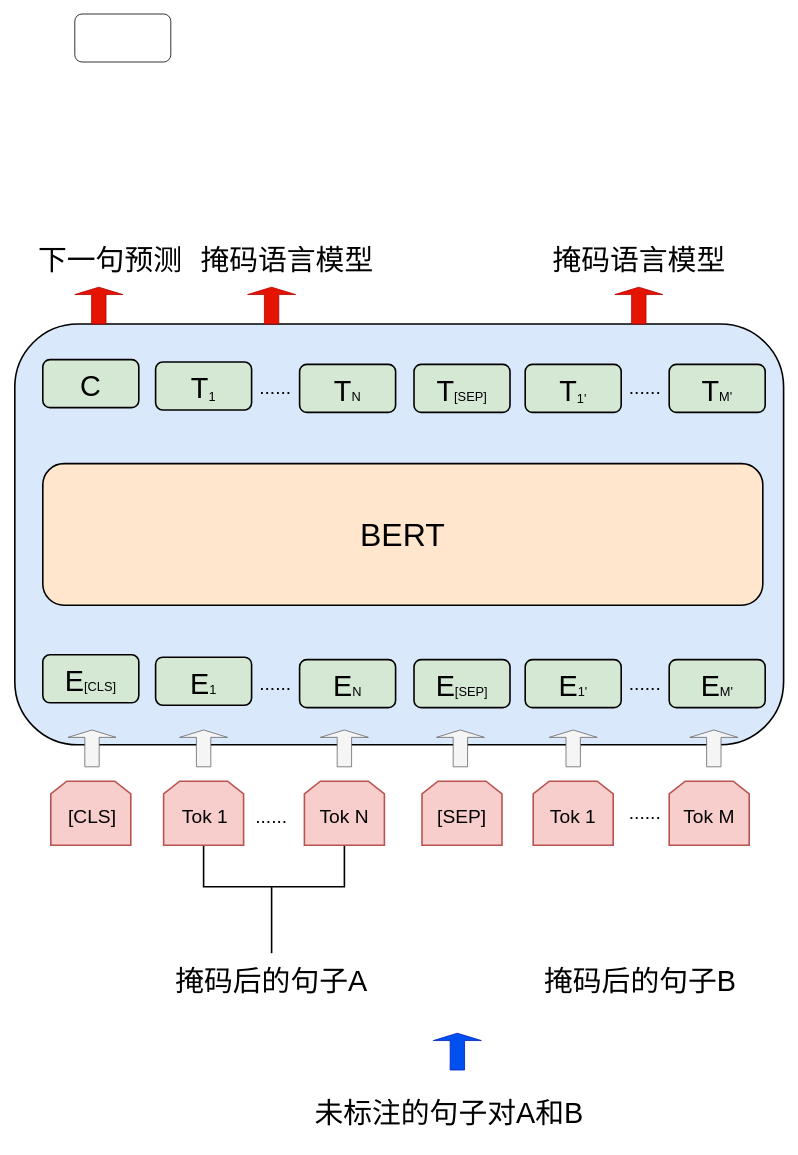
Above: bert.drawio in real-jiakai/draw (draw.io), before the change. Source tidied: cells renumbered, new cells numbered last; positions are measured from the earlier drawing's top-left corner, leaving out a move shared by most shapes. Both pictures are drawn from the tidied source at 80%, with x=0, y=0 at pixel (14, 14).
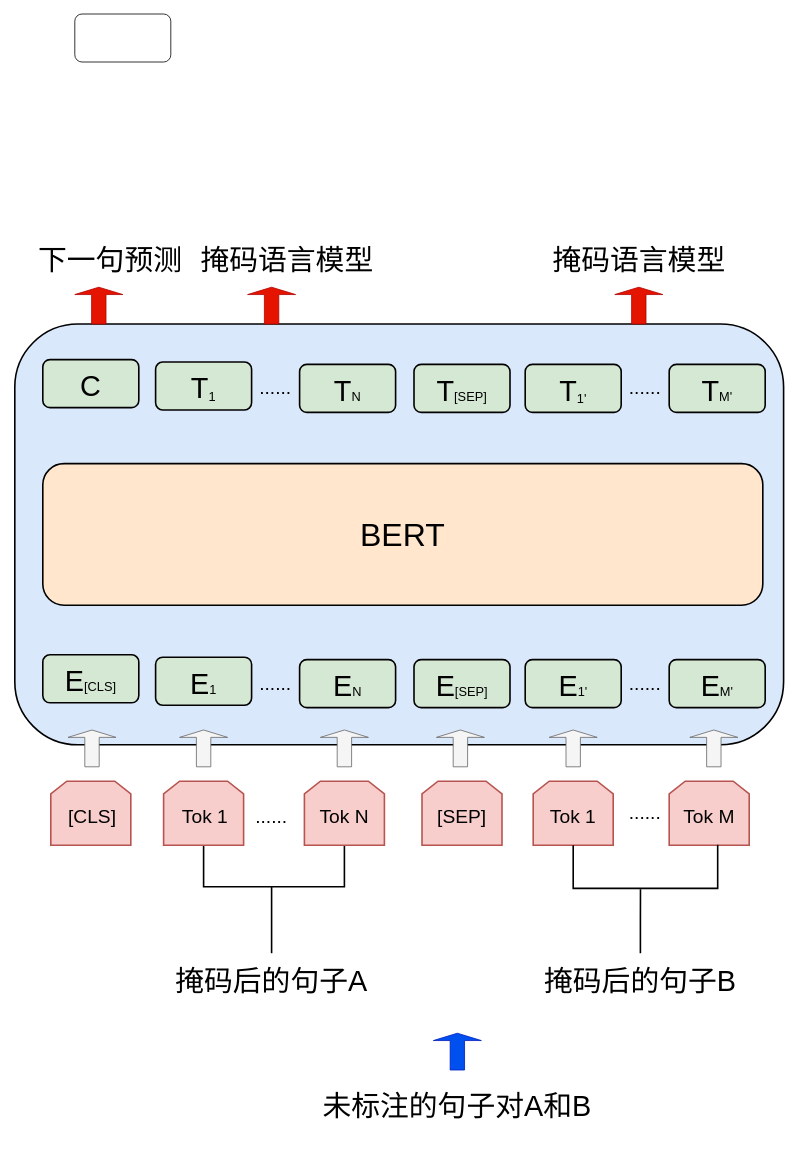
The same diagram, later.

The change refers to these unchanged cells:
```xml
<mxCell id="40" style="shape=loopLimit;whiteSpace=wrap;html=1;strokeWidth=2;fillColor=#f8cecc;strokeColor=#b85450;" parent="1" vertex="1">
  <mxGeometry x="648" y="959" width="100" height="80" as="geometry" />
</mxCell>
<mxCell id="42" style="shape=loopLimit;whiteSpace=wrap;html=1;strokeWidth=2;fillColor=#f8cecc;strokeColor=#b85450;" parent="1" vertex="1">
  <mxGeometry x="818" y="959" width="100" height="80" as="geometry" />
</mxCell>
<mxCell id="63" value="&lt;span style=&quot;font-size: 36px;&quot;&gt;掩码后的句子B&lt;/span&gt;" style="text;html=1;align=center;verticalAlign=middle;whiteSpace=wrap;rounded=0;" parent="1" vertex="1">
  <mxGeometry x="629" y="1174" width="306" height="70" as="geometry" />
</mxCell>
```

What changed in the source:
```diff
@@
+    <mxCell id="66" style="edgeStyle=orthogonalEdgeStyle;rounded=0;jettySize=auto;html=1;exitX=0.5;exitY=0;exitDx=0;exitDy=0;endArrow=none;startFill=0;strokeWidth=2;" parent="1" edge="1" source="63">
+      <mxGeometry relative="1" as="geometry">
+        <mxPoint x="782.1" y="1094.1" as="targetPoint" />
+      </mxGeometry>
+    </mxCell>
@@
     <mxCell id="64" value="&lt;span style=&quot;font-size: 36px;&quot;&gt;未标注的句子对A和B&lt;/span&gt;" style="text;html=1;align=center;verticalAlign=middle;whiteSpace=wrap;rounded=0;" parent="1" vertex="1">
-      <mxGeometry x="342" y="1339" width="402" height="70" as="geometry" />
+      <mxGeometry x="352.2" y="1330" width="402" height="70" as="geometry" />
     </mxCell>
@@
+    <mxCell id="67" style="edgeStyle=orthogonalEdgeStyle;rounded=0;jettySize=auto;html=1;exitX=0.5;exitY=1;exitDx=0;exitDy=0;entryX=0.606;entryY=0.993;entryDx=0;entryDy=0;entryPerimeter=0;endArrow=none;startFill=0;strokeWidth=2;" parent="1" edge="1" source="40" target="42">
+      <mxGeometry relative="1" as="geometry">
+        <Array as="points">
+          <mxPoint x="698" y="1093" />
+          <mxPoint x="879" y="1093" />
+        </Array>
+      </mxGeometry>
+    </mxCell>
```
